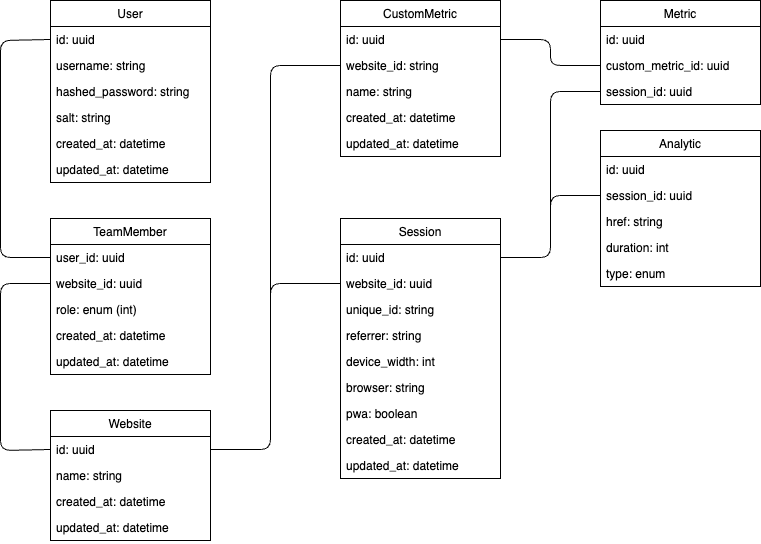
Above: documentation/database_schema.drawio.png in Nikditten/BachelorProjekt (draw.io), before the change. Source tidied: cells renumbered, new cells last; positions are measured from the earlier drawing's top-left corner, leaving out a move shared by most shapes.
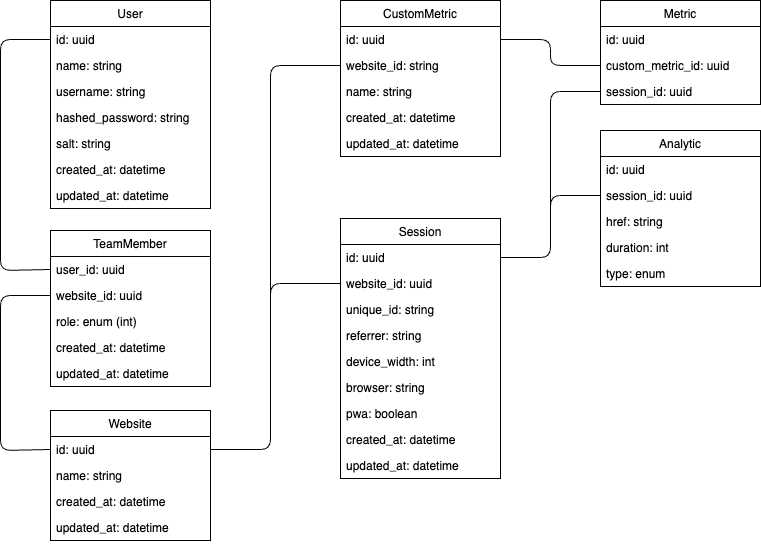
Later version of the same file.

Change to the diagram source:
```diff
@@ -3,25 +3,28 @@
     <mxCell id="0" />
     <mxCell id="1" parent="0" />
     <mxCell id="2" value="User" style="swimlane;fontStyle=0;horizontal=1;startSize=26;fillColor=none;" parent="1" vertex="1">
-      <mxGeometry x="50" width="160" height="182" as="geometry" />
+      <mxGeometry x="50" width="160" height="208" as="geometry" />
     </mxCell>
     <mxCell id="3" value="id: uuid" style="text;strokeColor=none;fillColor=none;align=left;verticalAlign=top;spacingLeft=4;spacingRight=4;overflow=hidden;points=[[0,0.5],[1,0.5]];portConstraint=eastwest;" parent="2" vertex="1">
       <mxGeometry y="26" width="160" height="26" as="geometry" />
     </mxCell>
+    <mxCell id="53" value="name: string" style="text;strokeColor=none;fillColor=none;align=left;verticalAlign=top;spacingLeft=4;spacingRight=4;overflow=hidden;" parent="2" vertex="1">
+      <mxGeometry y="52" width="160" height="26" as="geometry" />
+    </mxCell>
     <mxCell id="4" value="username: string" style="text;strokeColor=none;fillColor=none;align=left;verticalAlign=top;spacingLeft=4;spacingRight=4;overflow=hidden;" parent="2" vertex="1">
-      <mxGeometry y="52" width="160" height="26" as="geometry" />
+      <mxGeometry y="78" width="160" height="26" as="geometry" />
     </mxCell>
     <mxCell id="5" value="hashed_password: string" style="text;strokeColor=none;fillColor=none;align=left;verticalAlign=top;spacingLeft=4;spacingRight=4;overflow=hidden;" parent="2" vertex="1">
-      <mxGeometry y="78" width="160" height="26" as="geometry" />
+      <mxGeometry y="104" width="160" height="26" as="geometry" />
     </mxCell>
     <mxCell id="6" value="salt: string" style="text;strokeColor=none;fillColor=none;align=left;verticalAlign=top;spacingLeft=4;spacingRight=4;overflow=hidden;" parent="2" vertex="1">
-      <mxGeometry y="104" width="160" height="26" as="geometry" />
+      <mxGeometry y="130" width="160" height="26" as="geometry" />
     </mxCell>
     <mxCell id="7" value="created_at: datetime" style="text;strokeColor=none;fillColor=none;align=left;verticalAlign=top;spacingLeft=4;spacingRight=4;overflow=hidden;" parent="2" vertex="1">
-      <mxGeometry y="130" width="160" height="26" as="geometry" />
+      <mxGeometry y="156" width="160" height="26" as="geometry" />
     </mxCell>
     <mxCell id="8" value="updated_at: datetime" style="text;strokeColor=none;fillColor=none;align=left;verticalAlign=top;spacingLeft=4;spacingRight=4;overflow=hidden;" parent="2" vertex="1">
-      <mxGeometry y="156" width="160" height="26" as="geometry" />
+      <mxGeometry y="182" width="160" height="26" as="geometry" />
     </mxCell>
     <mxCell id="9" value="Session" style="swimlane;fontStyle=0;horizontal=1;startSize=26;fillColor=none;" parent="1" vertex="1">
       <mxGeometry x="340" y="218" width="160" height="260" as="geometry" />
@@ -117,7 +120,7 @@
       <mxGeometry y="130" width="160" height="26" as="geometry" />
     </mxCell>
     <mxCell id="40" value="TeamMember" style="swimlane;fontStyle=0;horizontal=1;startSize=26;fillColor=none;" parent="1" vertex="1">
-      <mxGeometry x="50" y="218" width="160" height="156" as="geometry" />
+      <mxGeometry x="50" y="230" width="160" height="156" as="geometry" />
     </mxCell>
     <mxCell id="41" value="user_id: uuid" style="text;strokeColor=none;fillColor=none;align=left;verticalAlign=top;spacingLeft=4;spacingRight=4;overflow=hidden;points=[[0,0.5],[1,0.5]];portConstraint=eastwest;" parent="40" vertex="1">
       <mxGeometry y="26" width="160" height="26" as="geometry" />
@@ -134,19 +137,10 @@
     <mxCell id="45" value="updated_at: datetime" style="text;strokeColor=none;fillColor=none;align=left;verticalAlign=top;spacingLeft=4;spacingRight=4;overflow=hidden;" parent="40" vertex="1">
       <mxGeometry y="130" width="160" height="26" as="geometry" />
     </mxCell>
-    <mxCell id="46" style="edgeStyle=none;html=1;exitX=0;exitY=0.5;exitDx=0;exitDy=0;entryX=0;entryY=0.5;entryDx=0;entryDy=0;endArrow=none;endFill=0;" parent="1" edge="1" source="3" target="41">
-      <mxGeometry relative="1" as="geometry">
-        <Array as="points">
-          <mxPoint y="40" />
-          <mxPoint y="160" />
-          <mxPoint y="257" />
-        </Array>
-      </mxGeometry>
-    </mxCell>
     <mxCell id="47" style="edgeStyle=none;html=1;exitX=0;exitY=0.5;exitDx=0;exitDy=0;entryX=0;entryY=0.5;entryDx=0;entryDy=0;endArrow=none;endFill=0;" parent="1" edge="1" source="42" target="20">
       <mxGeometry relative="1" as="geometry">
         <Array as="points">
-          <mxPoint y="283" />
+          <mxPoint y="295" />
           <mxPoint y="400" />
           <mxPoint y="450" />
         </Array>
@@ -194,5 +188,13 @@
         </Array>
       </mxGeometry>
     </mxCell>
+    <mxCell id="54" style="edgeStyle=none;html=1;exitX=0;exitY=0.5;exitDx=0;exitDy=0;entryX=0;entryY=0.5;entryDx=0;entryDy=0;endArrow=none;endFill=0;" parent="1" edge="1" source="41" target="3">
+      <mxGeometry relative="1" as="geometry">
+        <Array as="points">
+          <mxPoint y="270" />
+          <mxPoint y="39" />
+        </Array>
+      </mxGeometry>
+    </mxCell>
   </root>
 </mxGraphModel>
```
